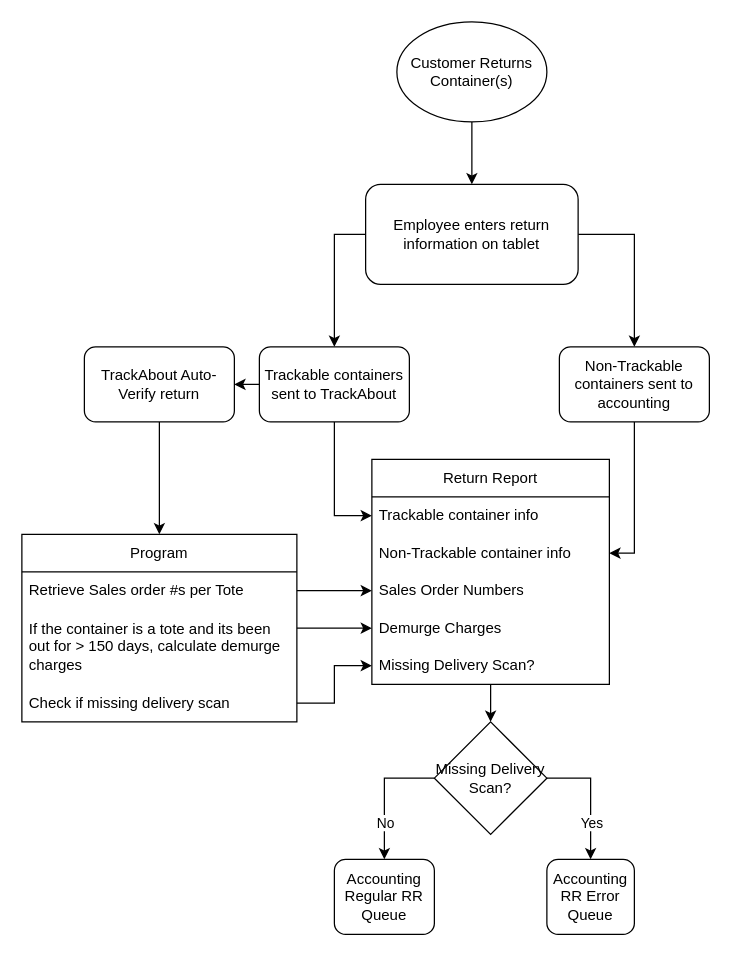
Earlier version of the draw.io diagram receivingReport.drawio (Nelbrenn/Diagrams). Source tidied: cells renumbered, new cells numbered last; positions are measured from the earlier drawing's top-left corner, leaving out a move shared by most shapes. Both pictures are drawn from the tidied source at 125%, with x=0, y=0 at pixel (21, 21).
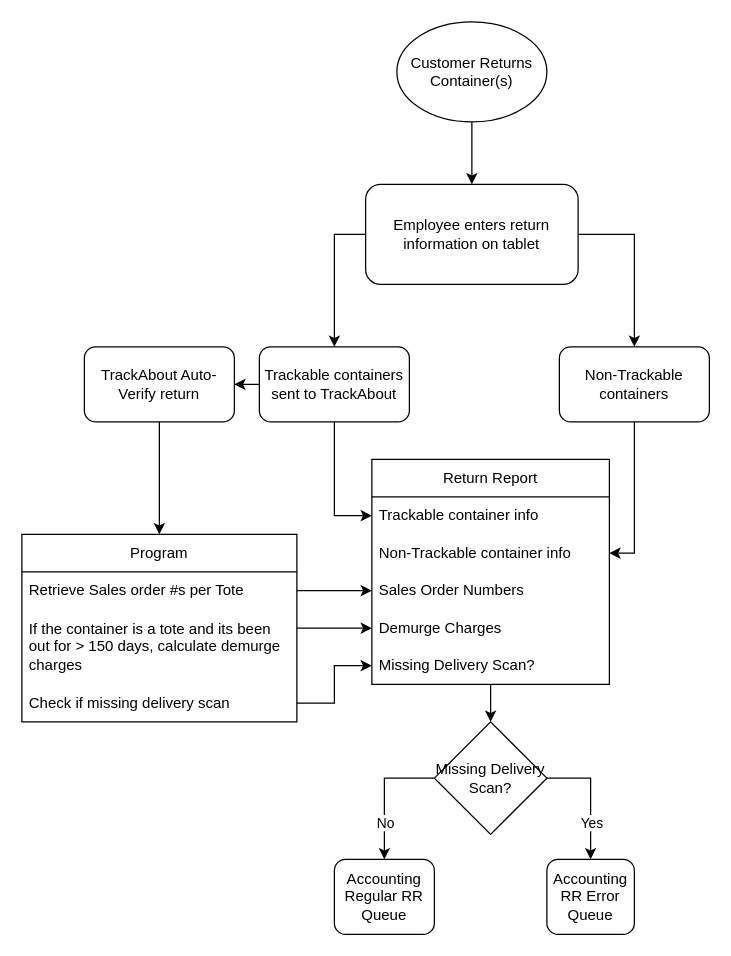
After the change.

Change to the diagram source:
```diff
@@
-    <mxCell id="11" value="Non-Trackable containers sent to accounting" style="rounded=1;whiteSpace=wrap;html=1;" parent="1" vertex="1">
+    <mxCell id="11" value="Non-Trackable containers" style="rounded=1;whiteSpace=wrap;html=1;" parent="1" vertex="1">
       <mxGeometry x="430" y="260" width="120" height="60" as="geometry" />
     </mxCell>
```
